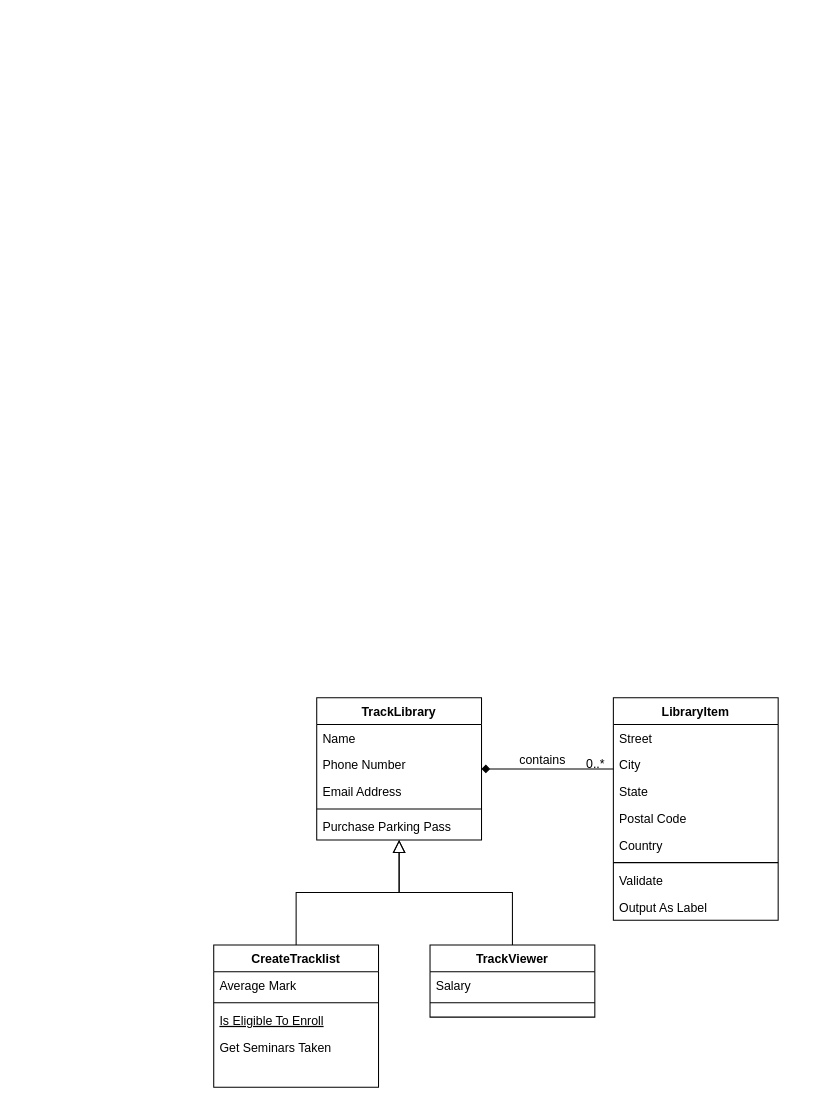
This is JukeBox/Class-Diag.drawio from peterpool-dasherz/oop-new, a draw.io file, before an edit. Source tidied: cells renumbered, new cells numbered last; positions are measured from the earlier drawing's top-left corner, leaving out a move shared by most shapes. Both pictures are drawn from the tidied source at 103%, with x=0, y=0 at pixel (213, 697).
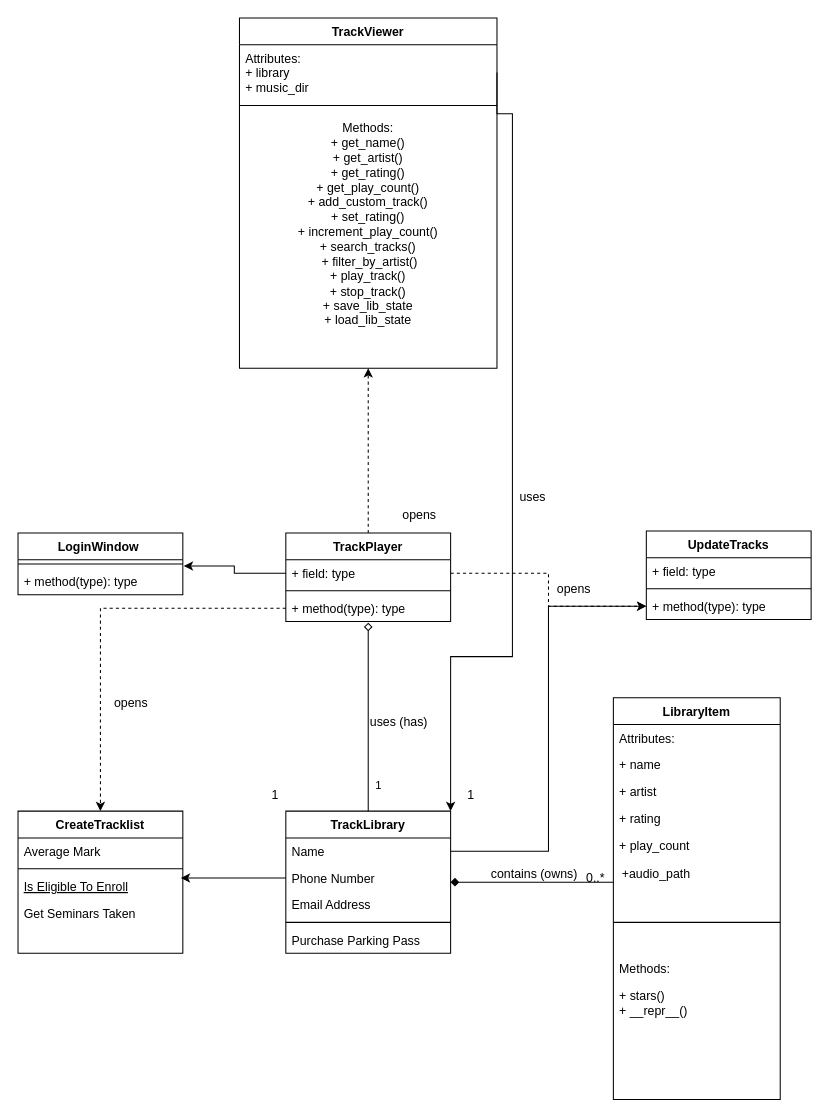
Above is the later version.

Unchanged cells that the change refers to:
```xml
<mxCell id="3" value="Name" style="text;align=left;verticalAlign=top;spacingLeft=4;spacingRight=4;overflow=hidden;points=[[0,0.5],[1,0.5]];portConstraint=eastwest;" parent="2" vertex="1">
  <mxGeometry y="26" width="160" height="26" as="geometry" />
</mxCell>
<mxCell id="4" value="Phone Number" style="text;align=left;verticalAlign=top;spacingLeft=4;spacingRight=4;overflow=hidden;points=[[0,0.5],[1,0.5]];portConstraint=eastwest;rounded=0;shadow=0;html=0;" parent="2" vertex="1">
  <mxGeometry y="52" width="160" height="26" as="geometry" />
</mxCell>
<mxCell id="11" value="Is Eligible To Enroll" style="text;align=left;verticalAlign=top;spacingLeft=4;spacingRight=4;overflow=hidden;points=[[0,0.5],[1,0.5]];portConstraint=eastwest;fontStyle=4;" parent="8" vertex="1">
  <mxGeometry y="60" width="160" height="26" as="geometry" />
</mxCell>
<mxCell id="27" style="endArrow=none;shadow=0;strokeWidth=1;rounded=0;curved=0;endFill=0;edgeStyle=elbowEdgeStyle;elbow=vertical;startArrow=diamond;startFill=1;" parent="1" edge="1" source="2" target="18">
  <mxGeometry x="0.5" y="41" relative="1" as="geometry">
    <mxPoint x="-40" y="32" as="offset" />
  </mxGeometry>
</mxCell>
```

Change to the diagram source:
```diff
@@
     <mxCell id="2" value="TrackLibrary" style="swimlane;fontStyle=1;align=center;verticalAlign=top;horizontal=1;startSize=26;rounded=0;shadow=0;strokeWidth=1;" parent="1" vertex="1">
-      <mxGeometry x="100" width="160" height="138" as="geometry" />
+      <mxGeometry x="70" y="110" width="160" height="138" as="geometry" />
     </mxCell>
@@
     <mxCell id="8" value="CreateTracklist" style="swimlane;fontStyle=1;align=center;verticalAlign=top;horizontal=1;startSize=26;rounded=0;shadow=0;strokeWidth=1;" parent="1" vertex="1">
-      <mxGeometry y="240" width="160" height="138" as="geometry" />
+      <mxGeometry x="-190" y="110" width="160" height="138" as="geometry" />
     </mxCell>
@@
-    <mxCell id="13" style="endArrow=block;endSize=10;endFill=0;shadow=0;strokeWidth=1;rounded=0;curved=0;edgeStyle=elbowEdgeStyle;elbow=vertical;" parent="1" edge="1" source="8" target="2">
-      <mxGeometry relative="1" as="geometry" />
-    </mxCell>
     <mxCell id="14" value="TrackViewer" style="swimlane;fontStyle=1;align=center;verticalAlign=top;horizontal=1;startSize=26;rounded=0;shadow=0;strokeWidth=1;" parent="1" vertex="1">
-      <mxGeometry x="210" y="240" width="160" height="70" as="geometry" />
+      <mxGeometry x="25" y="-660" width="250" height="340" as="geometry" />
     </mxCell>
-    <mxCell id="15" value="Salary" style="text;align=left;verticalAlign=top;spacingLeft=4;spacingRight=4;overflow=hidden;points=[[0,0.5],[1,0.5]];portConstraint=eastwest;" parent="14" vertex="1">
-      <mxGeometry y="26" width="160" height="26" as="geometry" />
+    <mxCell id="15" value="Attributes:&#10;+ library&#10;+ music_dir" style="text;align=left;verticalAlign=top;spacingLeft=4;spacingRight=4;overflow=hidden;points=[[0,0.5],[1,0.5]];portConstraint=eastwest;" parent="14" vertex="1">
+      <mxGeometry y="26" width="250" height="54" as="geometry" />
     </mxCell>
     <mxCell id="16" style="line;html=1;strokeWidth=1;align=left;verticalAlign=middle;spacingTop=-1;spacingLeft=3;spacingRight=3;labelPosition=right;" parent="14" vertex="1">
-      <mxGeometry y="52" width="160" height="8" as="geometry" />
+      <mxGeometry y="80" width="250" height="10" as="geometry" />
     </mxCell>
-    <mxCell id="17" style="endArrow=block;endSize=10;endFill=0;shadow=0;strokeWidth=1;rounded=0;curved=0;edgeStyle=elbowEdgeStyle;elbow=vertical;" parent="1" edge="1" source="14" target="2">
-      <mxGeometry relative="1" as="geometry" />
-    </mxCell>
+    <mxCell id="31" value="Methods:&lt;div&gt;+ get_name()&lt;/div&gt;&lt;div&gt;+ get_artist()&lt;/div&gt;&lt;div&gt;+ get_rating()&lt;/div&gt;&lt;div&gt;+ get_play_count()&lt;/div&gt;&lt;div&gt;+ add_custom_track()&lt;/div&gt;&lt;div&gt;+ set_rating()&lt;/div&gt;&lt;div&gt;+ increment_play_count()&lt;/div&gt;&lt;div&gt;+ search_tracks()&lt;/div&gt;&lt;div&gt;&amp;nbsp;+ filter_by_artist()&lt;/div&gt;&lt;div&gt;+ play_track()&lt;/div&gt;&lt;div&gt;+ stop_track()&lt;/div&gt;&lt;div&gt;+ save_lib_state&lt;/div&gt;&lt;div&gt;+ load_lib_state&lt;/div&gt;&lt;div&gt;&lt;br&gt;&lt;/div&gt;&lt;div&gt;&lt;br&gt;&lt;/div&gt;" style="text;html=1;whiteSpace=wrap;strokeColor=none;fillColor=none;align=center;verticalAlign=middle;rounded=0;" parent="14" vertex="1">
+      <mxGeometry y="90" width="250" height="250" as="geometry" />
+    </mxCell>
     <mxCell id="18" value="LibraryItem" style="swimlane;fontStyle=1;align=center;verticalAlign=top;horizontal=1;startSize=26;rounded=0;shadow=0;strokeWidth=1;" parent="1" vertex="1">
-      <mxGeometry x="388" width="160" height="216" as="geometry" />
+      <mxGeometry x="388" width="162" height="390" as="geometry" />
     </mxCell>
-    <mxCell id="19" value="Street" style="text;align=left;verticalAlign=top;spacingLeft=4;spacingRight=4;overflow=hidden;" parent="18" vertex="1">
-      <mxGeometry y="26" width="160" height="26" as="geometry" />
+    <mxCell id="19" value="Attributes:" style="text;align=left;verticalAlign=top;spacingLeft=4;spacingRight=4;overflow=hidden;" parent="18" vertex="1">
+      <mxGeometry y="26" width="162" height="26" as="geometry" />
     </mxCell>
-    <mxCell id="20" value="City" style="text;align=left;verticalAlign=top;spacingLeft=4;spacingRight=4;overflow=hidden;rounded=0;shadow=0;html=0;" parent="18" vertex="1">
-      <mxGeometry y="52" width="160" height="26" as="geometry" />
+    <mxCell id="20" value="+ name " style="text;align=left;verticalAlign=top;spacingLeft=4;spacingRight=4;overflow=hidden;rounded=0;shadow=0;html=0;" parent="18" vertex="1">
+      <mxGeometry y="52" width="162" height="26" as="geometry" />
     </mxCell>
-    <mxCell id="21" value="State" style="text;align=left;verticalAlign=top;spacingLeft=4;spacingRight=4;overflow=hidden;rounded=0;shadow=0;html=0;" parent="18" vertex="1">
-      <mxGeometry y="78" width="160" height="26" as="geometry" />
+    <mxCell id="21" value="+ artist " style="text;align=left;verticalAlign=top;spacingLeft=4;spacingRight=4;overflow=hidden;rounded=0;shadow=0;html=0;" parent="18" vertex="1">
+      <mxGeometry y="78" width="162" height="26" as="geometry" />
     </mxCell>
-    <mxCell id="22" value="Postal Code" style="text;align=left;verticalAlign=top;spacingLeft=4;spacingRight=4;overflow=hidden;rounded=0;shadow=0;html=0;" parent="18" vertex="1">
-      <mxGeometry y="104" width="160" height="26" as="geometry" />
+    <mxCell id="22" value="+ rating " style="text;align=left;verticalAlign=top;spacingLeft=4;spacingRight=4;overflow=hidden;rounded=0;shadow=0;html=0;" parent="18" vertex="1">
+      <mxGeometry y="104" width="162" height="26" as="geometry" />
     </mxCell>
-    <mxCell id="23" value="Country" style="text;align=left;verticalAlign=top;spacingLeft=4;spacingRight=4;overflow=hidden;rounded=0;shadow=0;html=0;" parent="18" vertex="1">
-      <mxGeometry y="130" width="160" height="26" as="geometry" />
+    <mxCell id="23" value="+ play_count&#10;" style="text;align=left;verticalAlign=top;spacingLeft=4;spacingRight=4;overflow=hidden;rounded=0;shadow=0;html=0;" parent="18" vertex="1">
+      <mxGeometry y="130" width="162" height="26" as="geometry" />
     </mxCell>
+    <mxCell id="32" value="&amp;nbsp; +audio_path" style="text;html=1;whiteSpace=wrap;strokeColor=none;fillColor=none;align=left;verticalAlign=middle;rounded=0;" parent="18" vertex="1">
+      <mxGeometry y="156" width="162" height="30" as="geometry" />
+    </mxCell>
     <mxCell id="24" style="line;html=1;strokeWidth=1;align=left;verticalAlign=middle;spacingTop=-1;spacingLeft=3;spacingRight=3;labelPosition=right;" parent="18" vertex="1">
-      <mxGeometry y="156" width="160" height="8" as="geometry" />
+      <mxGeometry y="186" width="162" height="64" as="geometry" />
     </mxCell>
-    <mxCell id="25" value="Validate" style="text;align=left;verticalAlign=top;spacingLeft=4;spacingRight=4;overflow=hidden;" parent="18" vertex="1">
-      <mxGeometry y="164" width="160" height="26" as="geometry" />
+    <mxCell id="25" value="Methods:" style="text;align=left;verticalAlign=top;spacingLeft=4;spacingRight=4;overflow=hidden;" parent="18" vertex="1">
+      <mxGeometry y="250" width="162" height="26" as="geometry" />
     </mxCell>
-    <mxCell id="26" value="Output As Label" style="text;align=left;verticalAlign=top;spacingLeft=4;spacingRight=4;overflow=hidden;" parent="18" vertex="1">
-      <mxGeometry y="190" width="160" height="26" as="geometry" />
+    <mxCell id="26" value="+ stars()&#10;+ __repr__()" style="text;align=left;verticalAlign=top;spacingLeft=4;spacingRight=4;overflow=hidden;" parent="18" vertex="1">
+      <mxGeometry y="276" width="162" height="110" as="geometry" />
     </mxCell>
@@
-    <mxCell id="30" value="contains" style="text;html=1;align=center;verticalAlign=middle;labelBackgroundColor=none;rounded=0;shadow=0;strokeWidth=1;fontSize=12;" parent="27" vertex="1">
+    <mxCell id="30" value="contains (owns)" style="text;html=1;align=center;verticalAlign=middle;labelBackgroundColor=none;rounded=0;shadow=0;strokeWidth=1;fontSize=12;" parent="27" vertex="1">
       <mxGeometry x="0.5" y="49" relative="1" as="geometry">
-        <mxPoint x="-38" y="40" as="offset" />
+        <mxPoint x="-39" y="40" as="offset" />
       </mxGeometry>
     </mxCell>
+    <mxCell id="33" style="edgeStyle=orthogonalEdgeStyle;rounded=0;jettySize=auto;html=1;exitX=0.5;exitY=0;exitDx=0;exitDy=0;entryX=0.5;entryY=1;entryDx=0;entryDy=0;dashed=1;" parent="1" edge="1" source="34" target="14">
+      <mxGeometry relative="1" as="geometry">
+        <Array as="points">
+          <mxPoint x="150" y="-300" />
+          <mxPoint x="150" y="-300" />
+        </Array>
+      </mxGeometry>
+    </mxCell>
+    <mxCell id="34" value="TrackPlayer" style="swimlane;fontStyle=1;align=center;verticalAlign=top;horizontal=1;startSize=26;whiteSpace=wrap;html=1;" parent="1" vertex="1">
+      <mxGeometry x="70" y="-160" width="160" height="86" as="geometry" />
+    </mxCell>
+    <mxCell id="35" value="+ field: type" style="text;strokeColor=none;fillColor=none;align=left;verticalAlign=top;spacingLeft=4;spacingRight=4;overflow=hidden;points=[[0,0.5],[1,0.5]];portConstraint=eastwest;whiteSpace=wrap;html=1;" parent="34" vertex="1">
+      <mxGeometry y="26" width="160" height="26" as="geometry" />
+    </mxCell>
+    <mxCell id="36" style="line;strokeWidth=1;fillColor=none;align=left;verticalAlign=middle;spacingTop=-1;spacingLeft=3;spacingRight=3;labelPosition=right;strokeColor=inherit;" parent="34" vertex="1">
+      <mxGeometry y="52" width="160" height="8" as="geometry" />
+    </mxCell>
+    <mxCell id="37" value="+ method(type): type" style="text;strokeColor=none;fillColor=none;align=left;verticalAlign=top;spacingLeft=4;spacingRight=4;overflow=hidden;points=[[0,0.5],[1,0.5]];portConstraint=eastwest;whiteSpace=wrap;html=1;" parent="34" vertex="1">
+      <mxGeometry y="60" width="160" height="26" as="geometry" />
+    </mxCell>
+    <mxCell id="38" value="1" style="endArrow=none;html=1;rounded=0;exitX=0.5;exitY=1.038;exitDx=0;exitDy=0;exitPerimeter=0;entryX=0.5;entryY=0;entryDx=0;entryDy=0;startArrow=diamond;startFill=0;endFill=0;" parent="1" edge="1" source="37" target="2">
+      <mxGeometry x="0.73" y="10" relative="1" as="geometry" />
+    </mxCell>
+    <mxCell id="39" value="uses (has)" style="text;html=1;whiteSpace=wrap;strokeColor=none;fillColor=none;align=center;verticalAlign=middle;rounded=0;" parent="1" vertex="1">
+      <mxGeometry x="150" y="9" width="60" height="30" as="geometry" />
+    </mxCell>
+    <mxCell id="40" value="UpdateTracks" style="swimlane;fontStyle=1;align=center;verticalAlign=top;horizontal=1;startSize=26;whiteSpace=wrap;html=1;" parent="1" vertex="1">
+      <mxGeometry x="420" y="-162" width="160" height="86" as="geometry" />
+    </mxCell>
+    <mxCell id="41" value="+ field: type" style="text;strokeColor=none;fillColor=none;align=left;verticalAlign=top;spacingLeft=4;spacingRight=4;overflow=hidden;whiteSpace=wrap;html=1;" parent="40" vertex="1">
+      <mxGeometry y="26" width="160" height="26" as="geometry" />
+    </mxCell>
+    <mxCell id="42" style="line;strokeWidth=1;fillColor=none;align=left;verticalAlign=middle;spacingTop=-1;spacingLeft=3;spacingRight=3;labelPosition=right;strokeColor=inherit;" parent="40" vertex="1">
+      <mxGeometry y="52" width="160" height="8" as="geometry" />
+    </mxCell>
+    <mxCell id="43" value="+ method(type): type" style="text;strokeColor=none;fillColor=none;align=left;verticalAlign=top;spacingLeft=4;spacingRight=4;overflow=hidden;points=[[0,0.5],[1,0.5]];portConstraint=eastwest;whiteSpace=wrap;html=1;" parent="40" vertex="1">
+      <mxGeometry y="60" width="160" height="26" as="geometry" />
+    </mxCell>
+    <mxCell id="44" style="edgeStyle=orthogonalEdgeStyle;rounded=0;jettySize=auto;html=1;exitX=1;exitY=0.5;exitDx=0;exitDy=0;entryX=0;entryY=0.5;entryDx=0;entryDy=0;dashed=1;" parent="1" edge="1" source="35" target="43">
+      <mxGeometry relative="1" as="geometry" />
+    </mxCell>
+    <mxCell id="45" value="LoginWindow&amp;nbsp;" style="swimlane;fontStyle=1;align=center;verticalAlign=top;horizontal=1;startSize=26;whiteSpace=wrap;html=1;" parent="1" vertex="1">
+      <mxGeometry x="-190" y="-160" width="160" height="60" as="geometry" />
+    </mxCell>
+    <mxCell id="46" style="line;strokeWidth=1;fillColor=none;align=left;verticalAlign=middle;spacingTop=-1;spacingLeft=3;spacingRight=3;labelPosition=right;strokeColor=inherit;" parent="45" vertex="1">
+      <mxGeometry y="26" width="160" height="8" as="geometry" />
+    </mxCell>
+    <mxCell id="47" value="+ method(type): type" style="text;strokeColor=none;fillColor=none;align=left;verticalAlign=top;spacingLeft=4;spacingRight=4;overflow=hidden;points=[[0,0.5],[1,0.5]];portConstraint=eastwest;whiteSpace=wrap;html=1;" parent="45" vertex="1">
+      <mxGeometry y="34" width="160" height="26" as="geometry" />
+    </mxCell>
+    <mxCell id="48" style="edgeStyle=orthogonalEdgeStyle;rounded=0;jettySize=auto;html=1;exitX=0;exitY=0.5;exitDx=0;exitDy=0;entryX=1.006;entryY=-0.077;entryDx=0;entryDy=0;entryPerimeter=0;" parent="1" edge="1" source="35" target="47">
+      <mxGeometry relative="1" as="geometry" />
+    </mxCell>
+    <mxCell id="49" style="edgeStyle=orthogonalEdgeStyle;rounded=0;jettySize=auto;html=1;exitX=0;exitY=0.5;exitDx=0;exitDy=0;entryX=0.5;entryY=0;entryDx=0;entryDy=0;dashed=1;" parent="1" edge="1" source="37" target="8">
+      <mxGeometry relative="1" as="geometry" />
+    </mxCell>
+    <mxCell id="50" style="edgeStyle=orthogonalEdgeStyle;rounded=0;jettySize=auto;html=1;exitX=0;exitY=0.5;exitDx=0;exitDy=0;entryX=0.988;entryY=0.192;entryDx=0;entryDy=0;entryPerimeter=0;endArrow=classic;endFill=1;" parent="1" edge="1" source="4" target="11">
+      <mxGeometry relative="1" as="geometry" />
+    </mxCell>
+    <mxCell id="51" value="1" style="text;html=1;whiteSpace=wrap;strokeColor=none;fillColor=none;align=center;verticalAlign=middle;rounded=0;" parent="1" vertex="1">
+      <mxGeometry x="30" y="80" width="60" height="30" as="geometry" />
+    </mxCell>
+    <mxCell id="52" style="edgeStyle=orthogonalEdgeStyle;rounded=0;jettySize=auto;html=1;exitX=1;exitY=0.5;exitDx=0;exitDy=0;entryX=0;entryY=0.5;entryDx=0;entryDy=0;" parent="1" edge="1" source="3" target="43">
+      <mxGeometry relative="1" as="geometry" />
+    </mxCell>
+    <mxCell id="53" value="1" style="text;html=1;whiteSpace=wrap;strokeColor=none;fillColor=none;align=center;verticalAlign=middle;rounded=0;" parent="1" vertex="1">
+      <mxGeometry x="220" y="80" width="60" height="30" as="geometry" />
+    </mxCell>
+    <mxCell id="54" value="opens" style="text;html=1;whiteSpace=wrap;strokeColor=none;fillColor=none;align=center;verticalAlign=middle;rounded=0;" parent="1" vertex="1">
+      <mxGeometry x="170" y="-192" width="60" height="30" as="geometry" />
+    </mxCell>
+    <mxCell id="55" value="opens" style="text;html=1;whiteSpace=wrap;strokeColor=none;fillColor=none;align=center;verticalAlign=middle;rounded=0;" parent="1" vertex="1">
+      <mxGeometry x="-110" y="-10" width="60" height="30" as="geometry" />
+    </mxCell>
+    <mxCell id="56" value="opens" style="text;html=1;whiteSpace=wrap;strokeColor=none;fillColor=none;align=center;verticalAlign=middle;rounded=0;" parent="1" vertex="1">
+      <mxGeometry x="320" y="-120" width="60" height="30" as="geometry" />
+    </mxCell>
+    <mxCell id="57" style="edgeStyle=orthogonalEdgeStyle;rounded=0;jettySize=auto;html=1;exitX=1;exitY=0.5;exitDx=0;exitDy=0;entryX=1;entryY=0;entryDx=0;entryDy=0;" parent="1" edge="1" source="15" target="2">
+      <mxGeometry relative="1" as="geometry">
+        <Array as="points">
+          <mxPoint x="290" y="-567" />
+          <mxPoint x="290" y="-40" />
+          <mxPoint x="230" y="-40" />
+        </Array>
+      </mxGeometry>
+    </mxCell>
+    <mxCell id="58" value="uses" style="text;html=1;whiteSpace=wrap;strokeColor=none;fillColor=none;align=center;verticalAlign=middle;rounded=0;" parent="1" vertex="1">
+      <mxGeometry x="280" y="-210" width="60" height="30" as="geometry" />
+    </mxCell>
```
